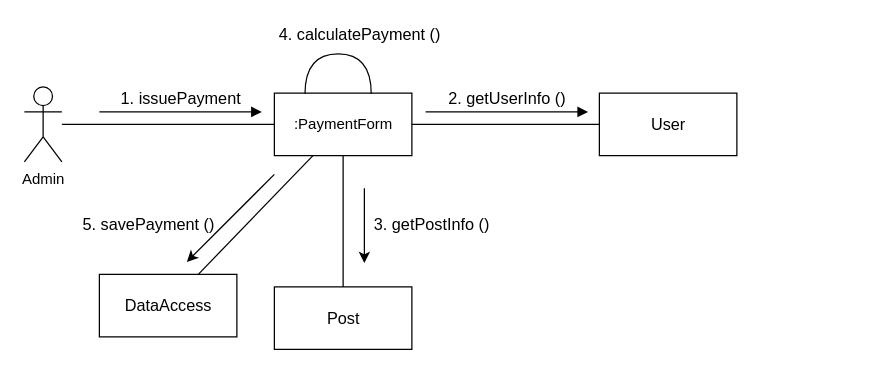
Earlier version of the draw.io diagram documents/diagrams/collaboration/PaymentcollaborationDiagram.drawio (sagarghimire09/blogView). Source tidied: cells renumbered, new cells numbered last; positions are measured from the earlier drawing's top-left corner, leaving out a move shared by most shapes. Both pictures are drawn from the tidied source at 125%, with x=0, y=0 at pixel (24, 21).
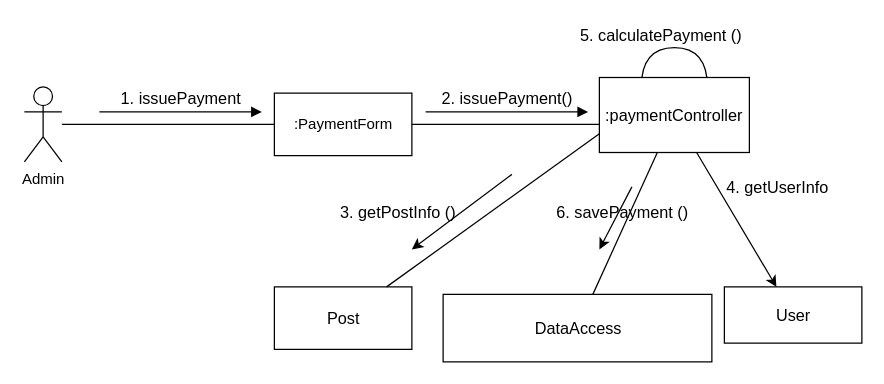
The same diagram, later.

The change refers to these unchanged cells:
```xml
<mxCell id="3" value=":PaymentForm" style="html=1;" parent="1" vertex="1">
  <mxGeometry x="200" y="57" width="110" height="50" as="geometry" />
</mxCell>
<mxCell id="5" value="&lt;font style=&quot;font-size: 13px&quot;&gt;Post&lt;/font&gt;" style="html=1;" parent="1" vertex="1">
  <mxGeometry x="200" y="212" width="110" height="50" as="geometry" />
</mxCell>
```

Change to the diagram source:
```diff
@@
     <mxCell id="4" value="&lt;font style=&quot;font-size: 13px&quot;&gt;User&lt;/font&gt;" style="html=1;" parent="1" vertex="1">
-      <mxGeometry x="460" y="57" width="110" height="50" as="geometry" />
+      <mxGeometry x="560" y="212" width="110" height="45" as="geometry" />
     </mxCell>
@@
-    <mxCell id="9" value="&lt;font style=&quot;font-size: 13px&quot;&gt;2. getUserInfo ()&lt;/font&gt;" style="html=1;verticalAlign=bottom;endArrow=block;" parent="1" edge="1">
+    <mxCell id="9" value="&lt;font style=&quot;font-size: 13px&quot;&gt;2. issuePayment()&lt;/font&gt;" style="html=1;verticalAlign=bottom;endArrow=block;" parent="1" edge="1">
       <mxGeometry relative="1" as="geometry">
         <mxPoint x="321" y="72" as="sourcePoint" />
         <mxPoint x="451" y="72" as="targetPoint" />
       </mxGeometry>
     </mxCell>
     <mxCell id="10" style="shape=requiredInterface;html=1;verticalLabelPosition=bottom;rotation=-90;" parent="1" vertex="1">
-      <mxGeometry x="235" y="15" width="32" height="53" as="geometry" />
+      <mxGeometry x="504" y="10" width="32" height="53" as="geometry" />
     </mxCell>
-    <mxCell id="11" style="endArrow=none;html=1;entryX=0.5;entryY=1;entryDx=0;entryDy=0;" parent="1" edge="1" source="5" target="3">
+    <mxCell id="11" style="endArrow=none;html=1;entryX=0;entryY=0.75;entryDx=0;entryDy=0;" parent="1" edge="1" source="5" target="19">
       <mxGeometry relative="1" as="geometry" />
     </mxCell>
     <mxCell id="12" style="endArrow=classic;html=1;" parent="1" edge="1">
       <mxGeometry relative="1" as="geometry">
-        <mxPoint x="272" y="133" as="sourcePoint" />
-        <mxPoint x="272" y="193" as="targetPoint" />
+        <mxPoint x="390" y="122" as="sourcePoint" />
+        <mxPoint x="310" y="182" as="targetPoint" />
       </mxGeometry>
     </mxCell>
     <mxCell id="13" value="&lt;font style=&quot;font-size: 13px&quot;&gt;3. getPostInfo ()&lt;/font&gt;" style="text;html=1;align=left;verticalAlign=top;spacingTop=-4;" parent="1" vertex="1">
-      <mxGeometry x="278" y="152" width="110" height="20" as="geometry" />
+      <mxGeometry x="251" y="142" width="110" height="20" as="geometry" />
     </mxCell>
     <mxCell id="14" value="&lt;font style=&quot;font-size: 13px&quot;&gt;DataAccess&lt;/font&gt;" style="html=1;" parent="1" vertex="1">
-      <mxGeometry x="60" y="202" width="110" height="50" as="geometry" />
+      <mxGeometry x="335" y="218" width="215" height="54" as="geometry" />
     </mxCell>
-    <mxCell id="15" style="endArrow=none;html=1;" parent="1" edge="1" source="14" target="3">
+    <mxCell id="15" style="endArrow=none;html=1;" parent="1" edge="1" source="14" target="19">
       <mxGeometry relative="1" as="geometry" />
     </mxCell>
-    <mxCell id="16" style="endArrow=classic;html=1;" parent="1" edge="1">
-      <mxGeometry relative="1" as="geometry">
-        <mxPoint x="200" y="122" as="sourcePoint" />
-        <mxPoint x="130" y="192" as="targetPoint" />
-      </mxGeometry>
-    </mxCell>
+    <mxCell id="18" value="&lt;font style=&quot;font-size: 13px&quot;&gt;5. calculatePayment ()&lt;/font&gt;" style="text;html=1;align=left;verticalAlign=top;spacingTop=-4;" parent="1" vertex="1">
+      <mxGeometry x="442.5" y="1" width="140" height="20" as="geometry" />
+    </mxCell>
+    <mxCell id="19" value="&lt;font style=&quot;font-size: 13px&quot;&gt;:paymentController&lt;/font&gt;" style="rounded=0;whiteSpace=wrap;html=1;" parent="1" vertex="1">
+      <mxGeometry x="460" y="44.5" width="120" height="60" as="geometry" />
+    </mxCell>
+    <mxCell id="20" style="endArrow=classic;html=1;" parent="1" edge="1" source="19" target="4">
+      <mxGeometry relative="1" as="geometry" />
+    </mxCell>
+    <mxCell id="21" value="&lt;font style=&quot;font-size: 13px&quot;&gt;4. getUserInfo&lt;/font&gt;" style="text;html=1;align=left;verticalAlign=top;spacingTop=-4;" parent="1" vertex="1">
+      <mxGeometry x="560" y="122" width="100" height="20" as="geometry" />
+    </mxCell>
-    <mxCell id="17" value="&lt;font style=&quot;font-size: 13px&quot;&gt;5. savePayment ()&lt;/font&gt;" style="text;html=1;align=left;verticalAlign=top;spacingTop=-4;" parent="1" vertex="1">
-      <mxGeometry x="45" y="152" width="120" height="20" as="geometry" />
+    <mxCell id="17" value="&lt;font style=&quot;font-size: 13px&quot;&gt;6. savePayment ()&lt;/font&gt;" style="text;html=1;align=left;verticalAlign=top;spacingTop=-4;" parent="1" vertex="1">
+      <mxGeometry x="424" y="142" width="120" height="20" as="geometry" />
     </mxCell>
-    <mxCell id="18" value="&lt;font style=&quot;font-size: 13px&quot;&gt;4. calculatePayment ()&lt;/font&gt;" style="text;html=1;align=left;verticalAlign=top;spacingTop=-4;" parent="1" vertex="1">
-      <mxGeometry x="202" width="140" height="20" as="geometry" />
-    </mxCell>
+    <mxCell id="22" style="endArrow=classic;html=1;" parent="1" edge="1">
+      <mxGeometry relative="1" as="geometry">
+        <mxPoint x="486" y="132" as="sourcePoint" />
+        <mxPoint x="460" y="182" as="targetPoint" />
+      </mxGeometry>
+    </mxCell>
```
